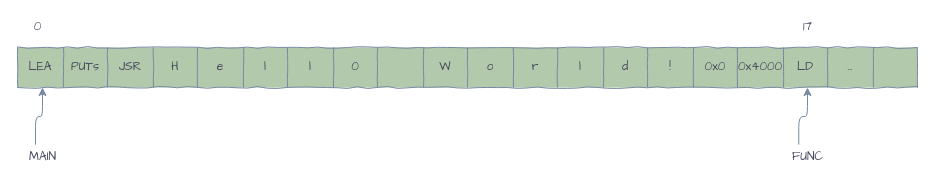
silan-liu/drawio keeps this draw.io diagram as page "jump-func" (4 of 4) of vm-6.drawio. Above is the earlier version. Source tidied: cells renumbered, new cells numbered last; positions are measured from the earlier drawing's top-left corner, leaving out a move shared by most shapes. Both pictures are drawn from the tidied source at 100%, with x=0, y=0 at pixel (17, 17).
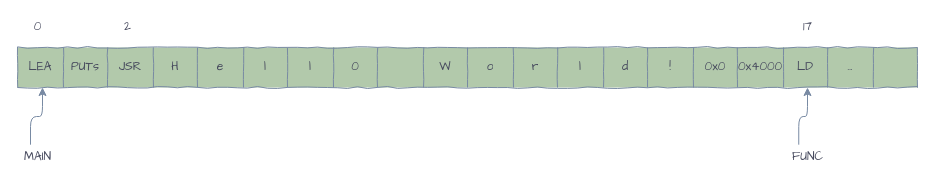
The same page after the edit.

The edit, as a diff of the source:
```diff
@@
     <mxCell id="28" value="MAIN" style="text;html=1;align=center;verticalAlign=middle;points=[];fontColor=#46495D;fontFamily=Architects Daughter;" parent="1" vertex="1">
-      <mxGeometry x="5" y="130" width="40" height="20" as="geometry" />
+      <mxGeometry y="130" width="40" height="20" as="geometry" />
     </mxCell>
@@
+    <mxCell id="30" value="2" style="text;html=1;align=center;verticalAlign=middle;fontFamily=Architects Daughter;fontColor=#46495D;" parent="1" vertex="1">
+      <mxGeometry x="100" width="20" height="20" as="geometry" />
+    </mxCell>
```
